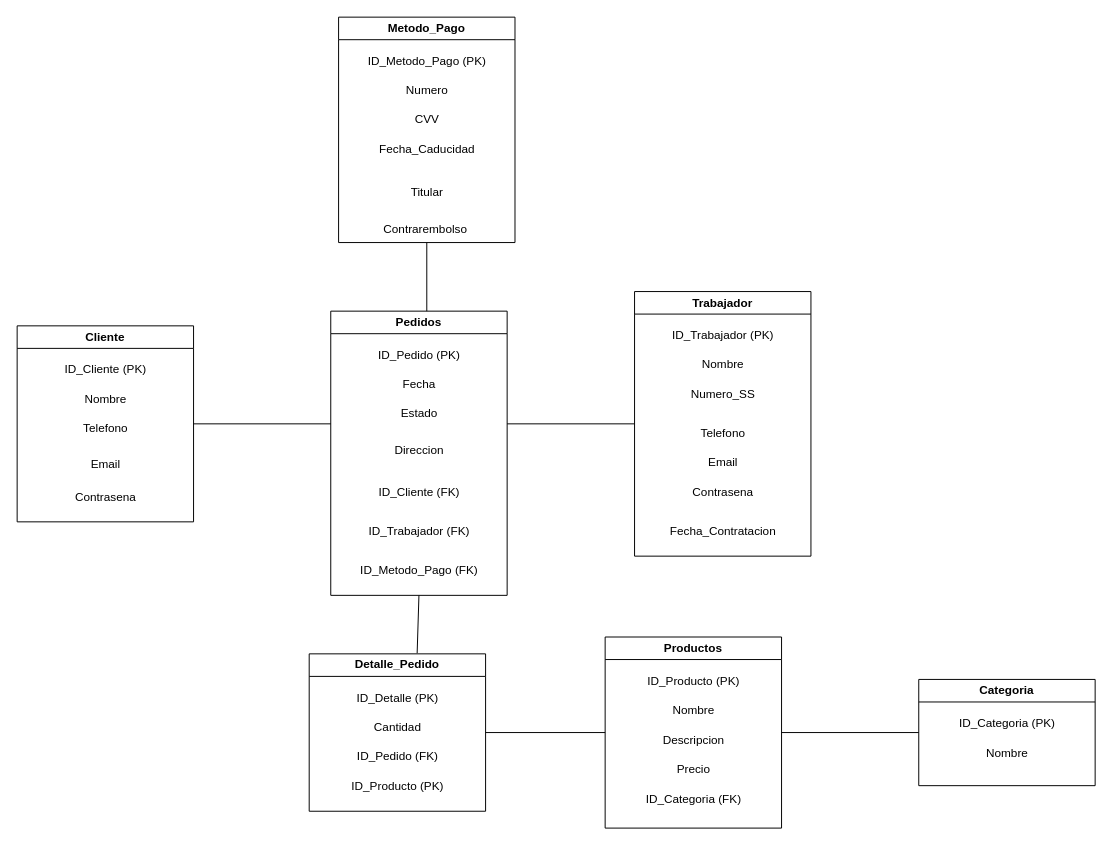
jblas7/web-final keeps this draw.io diagram as Modelo-Relacional/Modelo Relacional.drawio. Above is the earlier version. Source tidied: cells renumbered, new cells numbered last; positions are measured from the earlier drawing's top-left corner, leaving out a move shared by most shapes. Both pictures are drawn from the tidied source at 98%, with x=0, y=0 at pixel (17, 17).
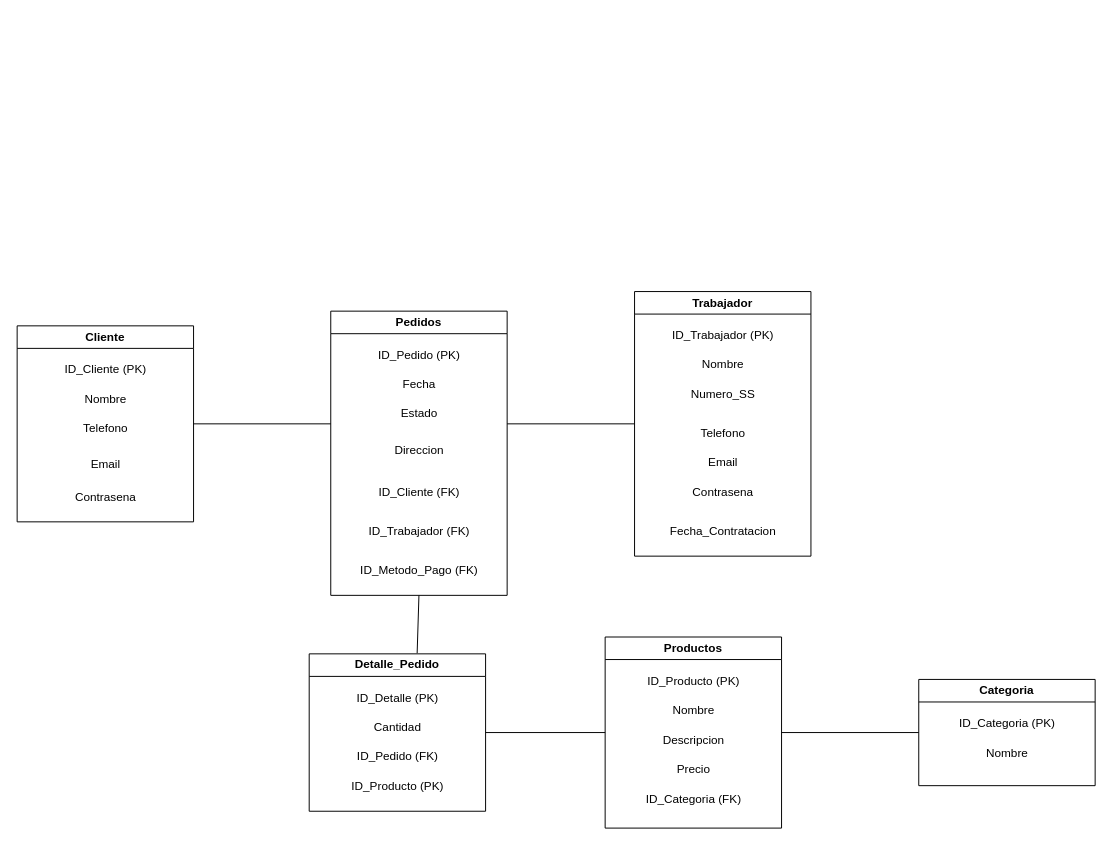
The same diagram, later.

Commit message (it also covers changes not shown here):
VERSION SIN METODO_PAGO

The edit, as a diff of the source:
```diff
@@
-    <mxCell id="38" value="Metodo_Pago" style="swimlane;whiteSpace=wrap;html=1;" parent="1" vertex="1">
-      <mxGeometry x="328" width="180" height="230" as="geometry" />
-    </mxCell>
-    <mxCell id="39" value="ID_Metodo_Pago (PK)" style="text;html=1;align=center;verticalAlign=middle;strokeColor=none;fillColor=none;" parent="38" vertex="1">
-      <mxGeometry x="20" y="30" width="140" height="30" as="geometry" />
-    </mxCell>
-    <mxCell id="40" value="Numero" style="text;html=1;align=center;verticalAlign=middle;strokeColor=none;fillColor=none;" parent="38" vertex="1">
-      <mxGeometry x="55" y="60" width="70" height="30" as="geometry" />
-    </mxCell>
-    <mxCell id="41" value="CVV" style="text;html=1;align=center;verticalAlign=middle;strokeColor=none;fillColor=none;" parent="38" vertex="1">
-      <mxGeometry x="65" y="90" width="50" height="30" as="geometry" />
-    </mxCell>
-    <mxCell id="42" value="Fecha_Caducidad" style="text;html=1;align=center;verticalAlign=middle;strokeColor=none;fillColor=none;" parent="38" vertex="1">
-      <mxGeometry x="30" y="120" width="120" height="30" as="geometry" />
-    </mxCell>
-    <mxCell id="43" value="Contrarembolso&amp;nbsp;" style="text;html=1;align=center;verticalAlign=middle;strokeColor=none;fillColor=none;" parent="38" vertex="1">
-      <mxGeometry x="35" y="202" width="110" height="30" as="geometry" />
-    </mxCell>
-    <mxCell id="44" value="Titular" style="text;html=1;align=center;verticalAlign=middle;strokeColor=none;fillColor=none;" parent="38" vertex="1">
-      <mxGeometry x="60" y="164" width="60" height="30" as="geometry" />
-    </mxCell>
-    <mxCell id="45" style="endArrow=none;html=1;rounded=0;entryX=0.5;entryY=1;entryDx=0;entryDy=0;" parent="1" edge="1" target="38">
-      <mxGeometry relative="1" as="geometry">
-        <mxPoint x="418" y="300" as="sourcePoint" />
-      </mxGeometry>
-    </mxCell>
```
